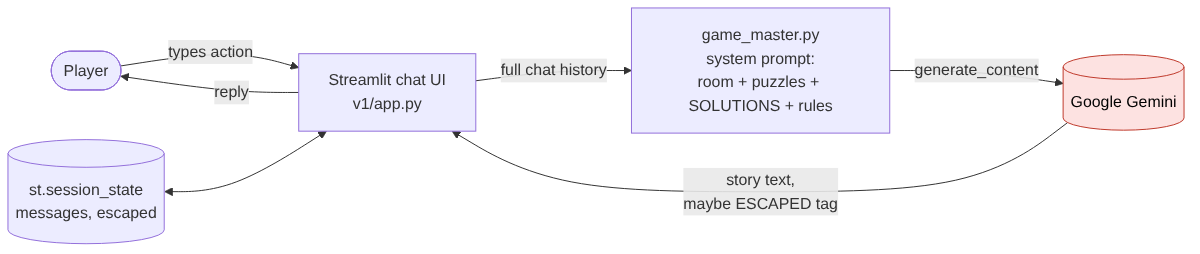
The Mermaid diagram docs/architecture/v1_architecture.png in raj-s17/ai-escape-room, before a commit. Its source is kept beside it as docs/architecture/v1_architecture.mmd.
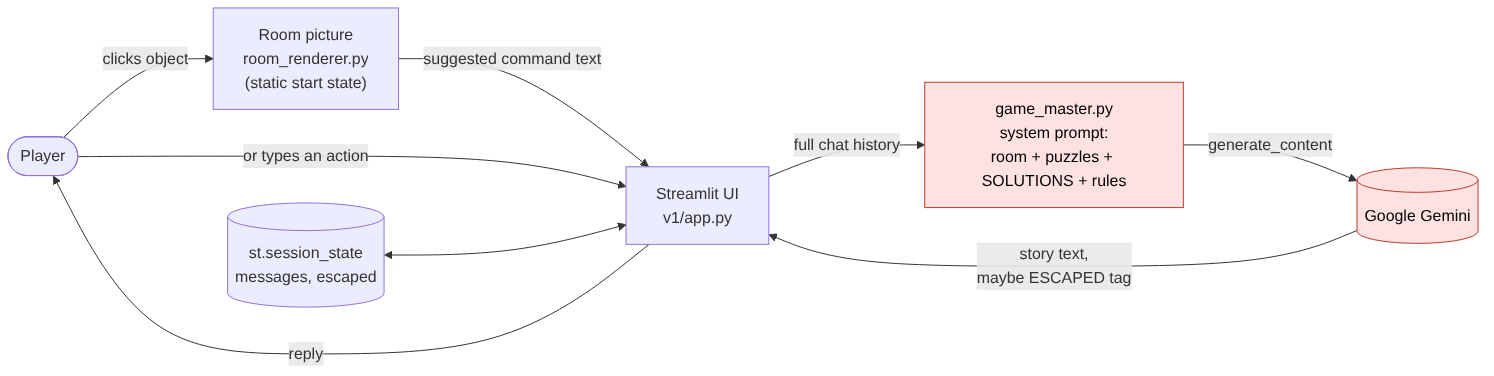
Later version of the same file.

Change to the diagram source:
```diff
@@ -1,9 +1,11 @@
 flowchart LR
-    P([Player]) -->|types action| UI[Streamlit chat UI<br/>v1/app.py]
+    P([Player]) -->|clicks object| IMG["Room picture<br/>room_renderer.py<br/>(static start state)"]
+    IMG -->|suggested command text| UI
+    P -->|or types an action| UI[Streamlit UI<br/>v1/app.py]
     UI -->|full chat history| GM[game_master.py<br/>system prompt:<br/>room + puzzles + SOLUTIONS + rules]
     GM -->|generate_content| LLM[(Google Gemini)]
     LLM -->|story text,<br/>maybe ESCAPED tag| UI
     UI -->|reply| P
     SS[(st.session_state<br/>messages, escaped)] <--> UI
     classDef risk fill:#fde2e1,stroke:#c0392b,color:#000;
-    class LLM risk
+    class LLM,GM risk
```
